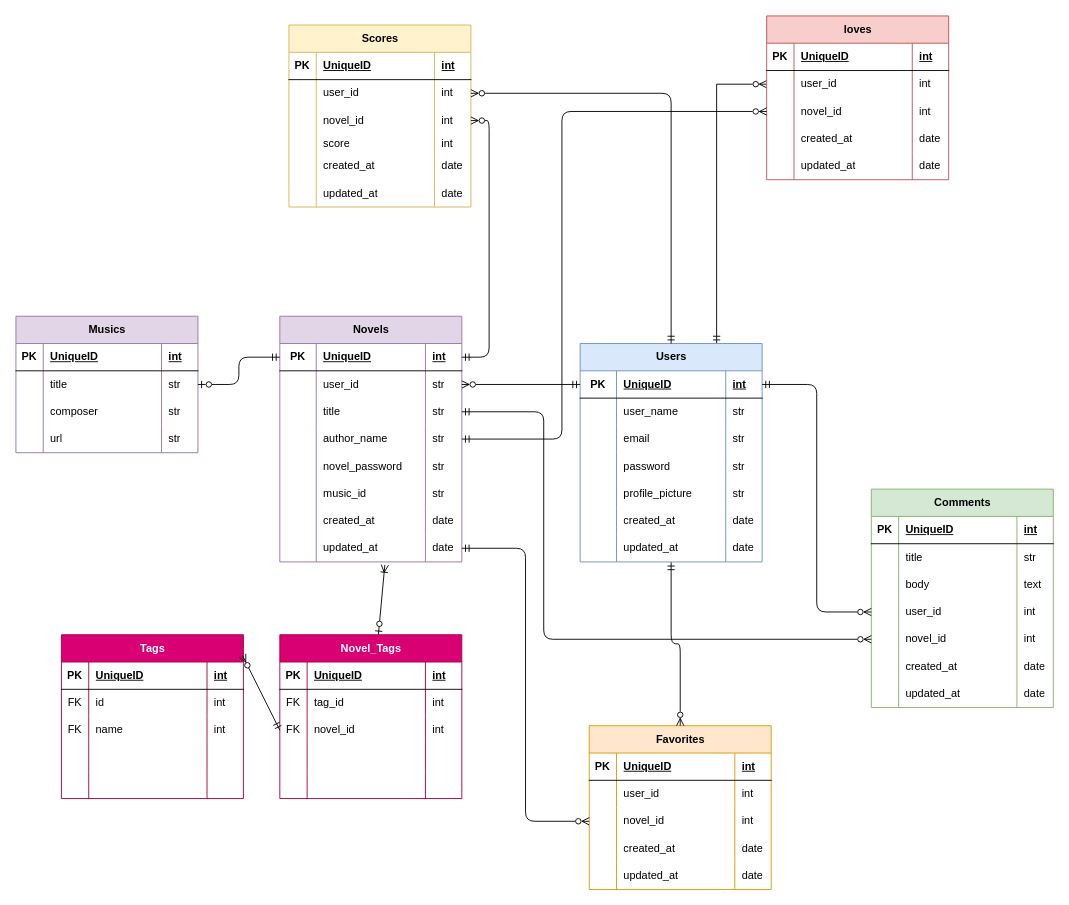
Above: page "ページ2" (1 of 2) of 最新版ER.drawio in SYSTEMA556/NOVEL (draw.io), before the change. Source tidied: cells renumbered, new cells numbered last; positions are measured from the earlier drawing's top-left corner, leaving out a move shared by most shapes. Both pictures are drawn from the tidied source at 91%, with x=0, y=0 at pixel (15, 15).
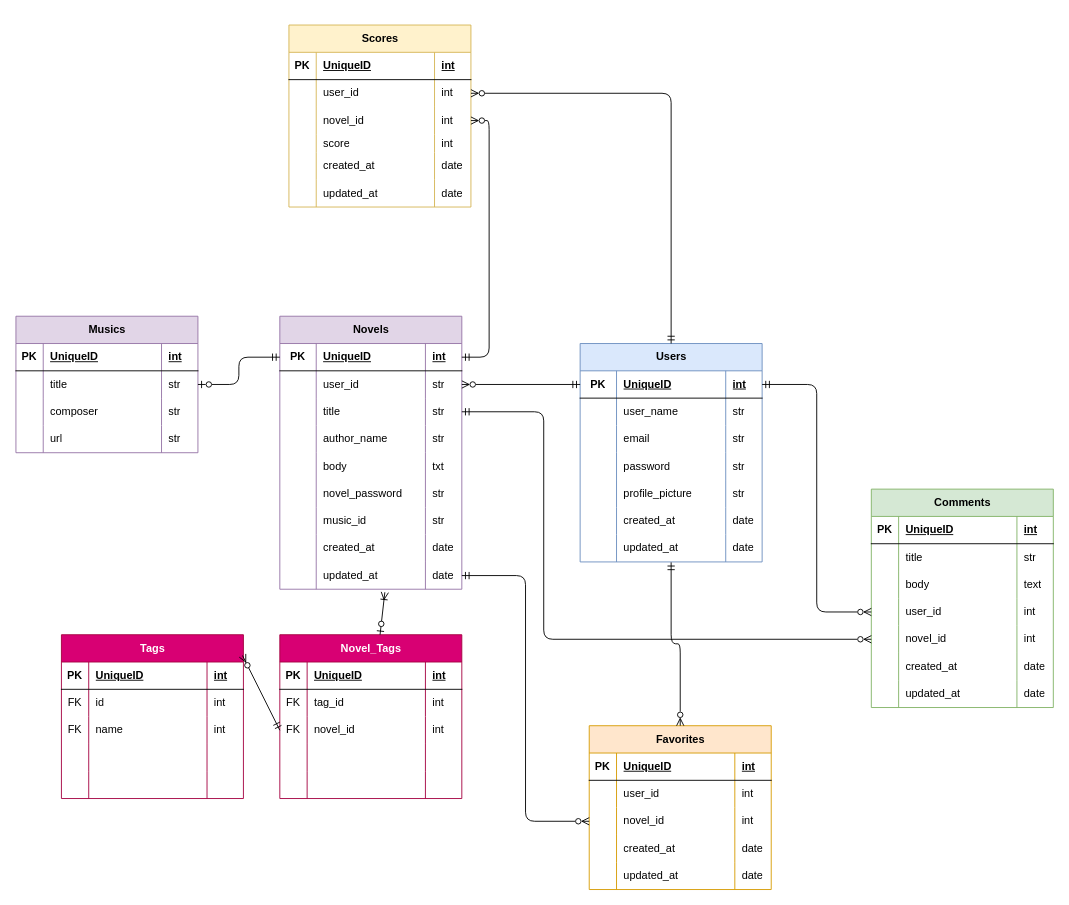
The same page after the edit.

Commit message:
最新版ER.drawio を更新します

Unchanged cells that the change refers to:
```xml
<mxCell id="3" value="Users" style="shape=table;startSize=30;childLayout=tableLayout;rowLines=0;fontStyle=1;align=center;html=1;fillColor=#dae8fc;strokeColor=#6c8ebf;" parent="1" vertex="1">
  <mxGeometry x="620" y="360" width="200" height="240" as="geometry" />
</mxCell>
<mxCell id="75" style="shape=tableRow;horizontal=0;startSize=0;swimlaneHead=0;swimlaneBody=0;fillColor=none;points=[[0,0.5],[1,0.5]];portConstraint=eastwest;top=0;left=0;right=0;bottom=0;" parent="62" vertex="1">
  <mxGeometry y="120" width="200" height="30" as="geometry" />
</mxCell>
```

What changed in the source:
```diff
@@
-    <mxCell id="2" style="edgeStyle=orthogonalEdgeStyle;rounded=0;jettySize=auto;html=1;exitX=0.75;exitY=0;exitDx=0;exitDy=0;entryX=0;entryY=0.5;entryDx=0;entryDy=0;startArrow=ERmandOne;startFill=0;endArrow=ERzeroToMany;endFill=0;" parent="1" edge="1" source="3" target="152">
-      <mxGeometry relative="1" as="geometry" />
-    </mxCell>
@@
     <mxCell id="62" value="Novels" style="shape=table;startSize=30;childLayout=tableLayout;rowLines=0;fontStyle=1;align=center;html=1;fillColor=#e1d5e7;strokeColor=#9673a6;" parent="1" vertex="1">
-      <mxGeometry x="290" y="330" width="200" height="270" as="geometry" />
+      <mxGeometry x="290" y="330" width="200" height="300" as="geometry" />
     </mxCell>
@@
+    <mxCell id="164" style="shape=tableRow;horizontal=0;startSize=0;swimlaneHead=0;swimlaneBody=0;fillColor=none;top=0;left=0;right=0;bottom=0;" parent="62" vertex="1">
+      <mxGeometry y="150" width="200" height="30" as="geometry" />
+    </mxCell>
+    <mxCell id="231" style="shape=partialRectangle;fillColor=none;top=0;left=0;bottom=0;right=0;overflow=hidden;whiteSpace=wrap;html=1;" parent="164" vertex="1">
+      <mxGeometry width="40" height="30" as="geometry" />
+    </mxCell>
+    <mxCell id="232" value="body" style="shape=partialRectangle;fillColor=none;top=0;left=0;bottom=0;right=0;align=left;spacingLeft=6;overflow=hidden;whiteSpace=wrap;html=1;" parent="164" vertex="1">
+      <mxGeometry x="40" width="120" height="30" as="geometry" />
+    </mxCell>
+    <mxCell id="233" value="txt" style="shape=partialRectangle;fillColor=none;top=0;left=0;bottom=0;right=0;align=left;spacingLeft=6;overflow=hidden;whiteSpace=wrap;html=1;" parent="164" vertex="1">
+      <mxGeometry x="160" width="40" height="30" as="geometry" />
+    </mxCell>
     <mxCell id="79" style="shape=tableRow;horizontal=0;startSize=0;swimlaneHead=0;swimlaneBody=0;fillColor=none;top=0;left=0;right=0;bottom=0;" parent="62" vertex="1">
-      <mxGeometry y="150" width="200" height="30" as="geometry" />
+      <mxGeometry y="180" width="200" height="30" as="geometry" />
     </mxCell>
@@
     <mxCell id="83" style="shape=tableRow;horizontal=0;startSize=0;swimlaneHead=0;swimlaneBody=0;fillColor=none;top=0;left=0;right=0;bottom=0;" parent="62" vertex="1">
-      <mxGeometry y="180" width="200" height="30" as="geometry" />
+      <mxGeometry y="210" width="200" height="30" as="geometry" />
     </mxCell>
@@
     <mxCell id="87" style="shape=tableRow;horizontal=0;startSize=0;swimlaneHead=0;swimlaneBody=0;fillColor=none;top=0;left=0;right=0;bottom=0;" parent="62" vertex="1">
-      <mxGeometry y="210" width="200" height="30" as="geometry" />
+      <mxGeometry y="240" width="200" height="30" as="geometry" />
     </mxCell>
@@
     <mxCell id="91" style="shape=tableRow;horizontal=0;startSize=0;swimlaneHead=0;swimlaneBody=0;fillColor=none;points=[[0,0.5],[1,0.5]];portConstraint=eastwest;top=0;left=0;right=0;bottom=0;" parent="62" vertex="1">
-      <mxGeometry y="240" width="200" height="30" as="geometry" />
+      <mxGeometry y="270" width="200" height="30" as="geometry" />
     </mxCell>
@@
-    <mxCell id="147" value="loves" style="shape=table;startSize=30;childLayout=tableLayout;rowLines=0;fontStyle=1;align=center;html=1;fillColor=#f8cecc;strokeColor=#b85450;" parent="1" vertex="1">
-      <mxGeometry x="825" width="200" height="180" as="geometry" />
-    </mxCell>
-    <mxCell id="148" style="shape=tableRow;horizontal=0;startSize=0;swimlaneHead=0;swimlaneBody=0;fillColor=none;top=0;left=0;right=0;bottom=1;" parent="147" vertex="1">
-      <mxGeometry y="30" width="200" height="30" as="geometry" />
-    </mxCell>
-    <mxCell id="149" value="PK" style="shape=partialRectangle;fillColor=none;top=0;left=0;bottom=0;right=0;fontStyle=1;overflow=hidden;whiteSpace=wrap;html=1;" parent="148" vertex="1">
-      <mxGeometry width="30" height="30" as="geometry" />
-    </mxCell>
-    <mxCell id="150" value="UniqueID" style="shape=partialRectangle;fillColor=none;top=0;left=0;bottom=0;right=0;align=left;spacingLeft=6;fontStyle=5;overflow=hidden;whiteSpace=wrap;html=1;" parent="148" vertex="1">
-      <mxGeometry x="30" width="130" height="30" as="geometry" />
-    </mxCell>
-    <mxCell id="151" value="int" style="shape=partialRectangle;fillColor=none;top=0;left=0;bottom=0;right=0;align=left;spacingLeft=6;fontStyle=5;overflow=hidden;whiteSpace=wrap;html=1;" parent="148" vertex="1">
-      <mxGeometry x="160" width="40" height="30" as="geometry" />
-    </mxCell>
-    <mxCell id="152" style="shape=tableRow;horizontal=0;startSize=0;swimlaneHead=0;swimlaneBody=0;fillColor=none;points=[[0,0.5],[1,0.5]];portConstraint=eastwest;top=0;left=0;right=0;bottom=0;" parent="147" vertex="1">
-      <mxGeometry y="60" width="200" height="30" as="geometry" />
-    </mxCell>
-    <mxCell id="153" style="shape=partialRectangle;fillColor=none;top=0;left=0;bottom=0;right=0;overflow=hidden;whiteSpace=wrap;html=1;" parent="152" vertex="1">
-      <mxGeometry width="30" height="30" as="geometry" />
-    </mxCell>
-    <mxCell id="154" value="user_id" style="shape=partialRectangle;fillColor=none;top=0;left=0;bottom=0;right=0;align=left;spacingLeft=6;overflow=hidden;whiteSpace=wrap;html=1;" parent="152" vertex="1">
-      <mxGeometry x="30" width="130" height="30" as="geometry" />
-    </mxCell>
-    <mxCell id="155" value="int" style="shape=partialRectangle;fillColor=none;top=0;left=0;bottom=0;right=0;align=left;spacingLeft=6;overflow=hidden;whiteSpace=wrap;html=1;" parent="152" vertex="1">
-      <mxGeometry x="160" width="40" height="30" as="geometry" />
-    </mxCell>
-    <mxCell id="156" style="shape=tableRow;horizontal=0;startSize=0;swimlaneHead=0;swimlaneBody=0;fillColor=none;points=[[0,0.5],[1,0.5]];portConstraint=eastwest;top=0;left=0;right=0;bottom=0;" parent="147" vertex="1">
-      <mxGeometry y="90" width="200" height="30" as="geometry" />
-    </mxCell>
-    <mxCell id="157" style="shape=partialRectangle;fillColor=none;top=0;left=0;bottom=0;right=0;overflow=hidden;whiteSpace=wrap;html=1;" parent="156" vertex="1">
-      <mxGeometry width="30" height="30" as="geometry" />
-    </mxCell>
-    <mxCell id="158" value="novel_id" style="shape=partialRectangle;fillColor=none;top=0;left=0;bottom=0;right=0;align=left;spacingLeft=6;overflow=hidden;whiteSpace=wrap;html=1;" parent="156" vertex="1">
-      <mxGeometry x="30" width="130" height="30" as="geometry" />
-    </mxCell>
-    <mxCell id="159" value="int" style="shape=partialRectangle;fillColor=none;top=0;left=0;bottom=0;right=0;align=left;spacingLeft=6;overflow=hidden;whiteSpace=wrap;html=1;" parent="156" vertex="1">
-      <mxGeometry x="160" width="40" height="30" as="geometry" />
-    </mxCell>
-    <mxCell id="160" style="shape=tableRow;horizontal=0;startSize=0;swimlaneHead=0;swimlaneBody=0;fillColor=none;top=0;left=0;right=0;bottom=0;" parent="147" vertex="1">
-      <mxGeometry y="120" width="200" height="30" as="geometry" />
-    </mxCell>
-    <mxCell id="161" style="shape=partialRectangle;fillColor=none;top=0;left=0;bottom=0;right=0;overflow=hidden;whiteSpace=wrap;html=1;" parent="160" vertex="1">
-      <mxGeometry width="30" height="30" as="geometry" />
-    </mxCell>
-    <mxCell id="162" value="created_at" style="shape=partialRectangle;fillColor=none;top=0;left=0;bottom=0;right=0;align=left;spacingLeft=6;overflow=hidden;whiteSpace=wrap;html=1;" parent="160" vertex="1">
-      <mxGeometry x="30" width="130" height="30" as="geometry" />
-    </mxCell>
-    <mxCell id="163" value="date" style="shape=partialRectangle;fillColor=none;top=0;left=0;bottom=0;right=0;align=left;spacingLeft=6;overflow=hidden;whiteSpace=wrap;html=1;" parent="160" vertex="1">
-      <mxGeometry x="160" width="40" height="30" as="geometry" />
-    </mxCell>
-    <mxCell id="164" style="shape=tableRow;horizontal=0;startSize=0;swimlaneHead=0;swimlaneBody=0;fillColor=none;top=0;left=0;right=0;bottom=0;" parent="147" vertex="1">
-      <mxGeometry y="150" width="200" height="30" as="geometry" />
-    </mxCell>
-    <mxCell id="165" style="shape=partialRectangle;fillColor=none;top=0;left=0;bottom=0;right=0;overflow=hidden;whiteSpace=wrap;html=1;" parent="164" vertex="1">
-      <mxGeometry width="30" height="30" as="geometry" />
-    </mxCell>
-    <mxCell id="166" value="updated_at" style="shape=partialRectangle;fillColor=none;top=0;left=0;bottom=0;right=0;align=left;spacingLeft=6;overflow=hidden;whiteSpace=wrap;html=1;" parent="164" vertex="1">
-      <mxGeometry x="30" width="130" height="30" as="geometry" />
-    </mxCell>
-    <mxCell id="167" value="date" style="shape=partialRectangle;fillColor=none;top=0;left=0;bottom=0;right=0;align=left;spacingLeft=6;overflow=hidden;whiteSpace=wrap;html=1;" parent="164" vertex="1">
-      <mxGeometry x="160" width="40" height="30" as="geometry" />
-    </mxCell>
-    <mxCell id="168" style="edgeStyle=orthogonalEdgeStyle;rounded=1;jettySize=auto;html=1;exitX=1;exitY=0.5;exitDx=0;exitDy=0;entryX=0;entryY=0.5;entryDx=0;entryDy=0;curved=0;startArrow=ERmandOne;startFill=0;endArrow=ERzeroToMany;endFill=0;" parent="1" edge="1" source="75" target="156">
-      <mxGeometry relative="1" as="geometry">
-        <Array as="points">
-          <mxPoint x="600" y="465" />
-          <mxPoint x="600" y="105" />
-        </Array>
-      </mxGeometry>
-    </mxCell>
```
